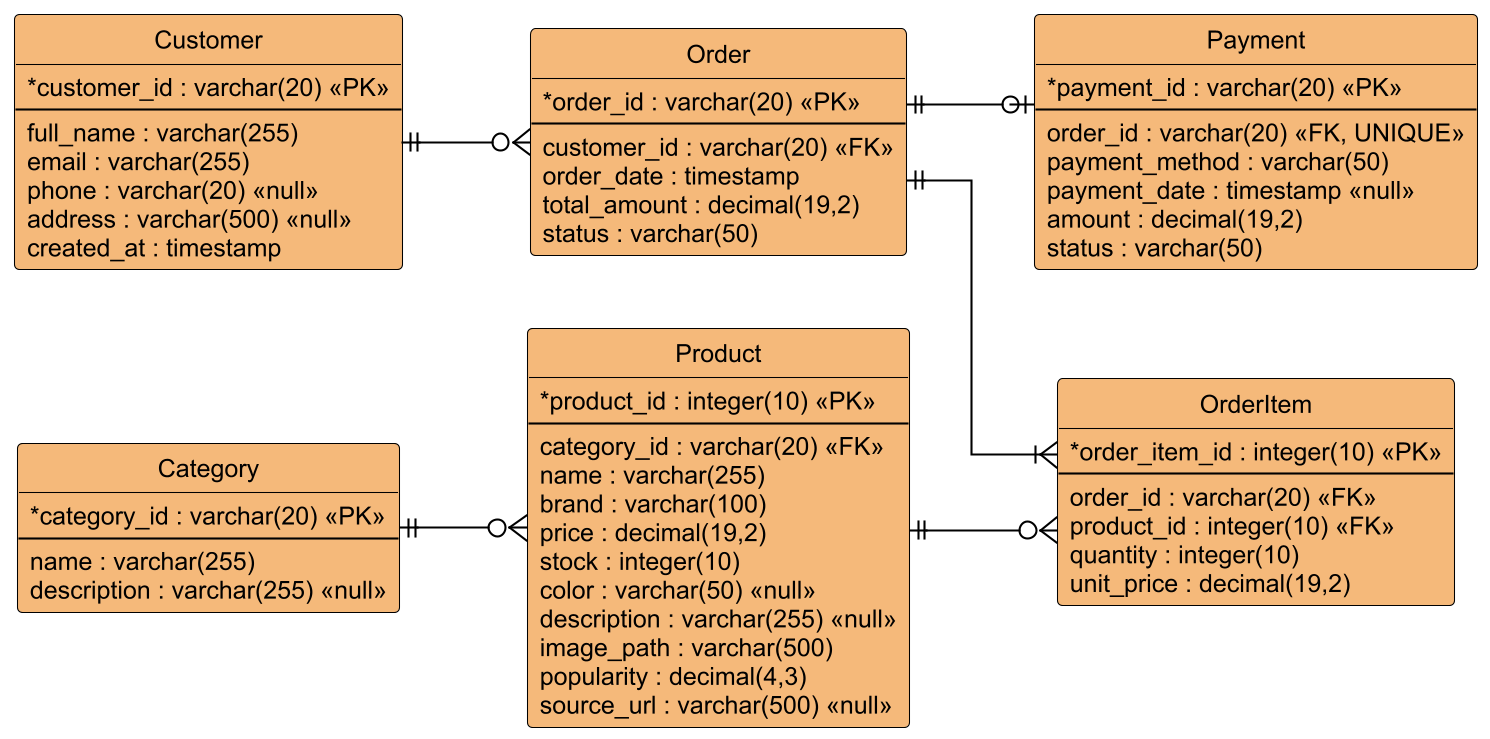
This is slides/diagrams/ve-lai/erd.png from NguyenNinh05/Demo, a PlantUML export, as it was before one commit.
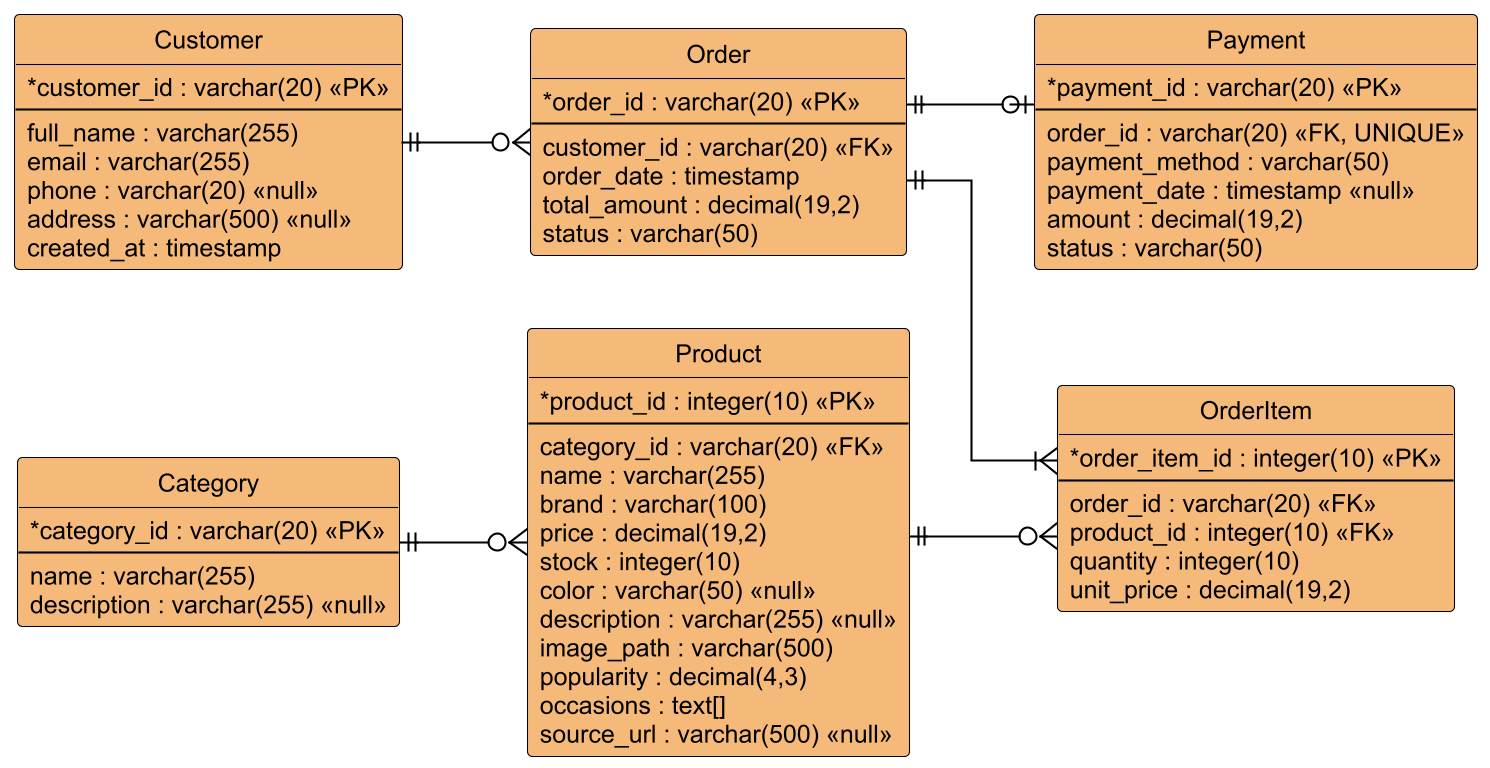
The same file after the commit.

Change to the diagram source:
```diff
@@ -55,6 +55,7 @@
   description : varchar(255) <<null>>
   image_path : varchar(500)
   popularity : decimal(4,3)
+  occasions : text[]
   source_url : varchar(500) <<null>>
 }
 
```
